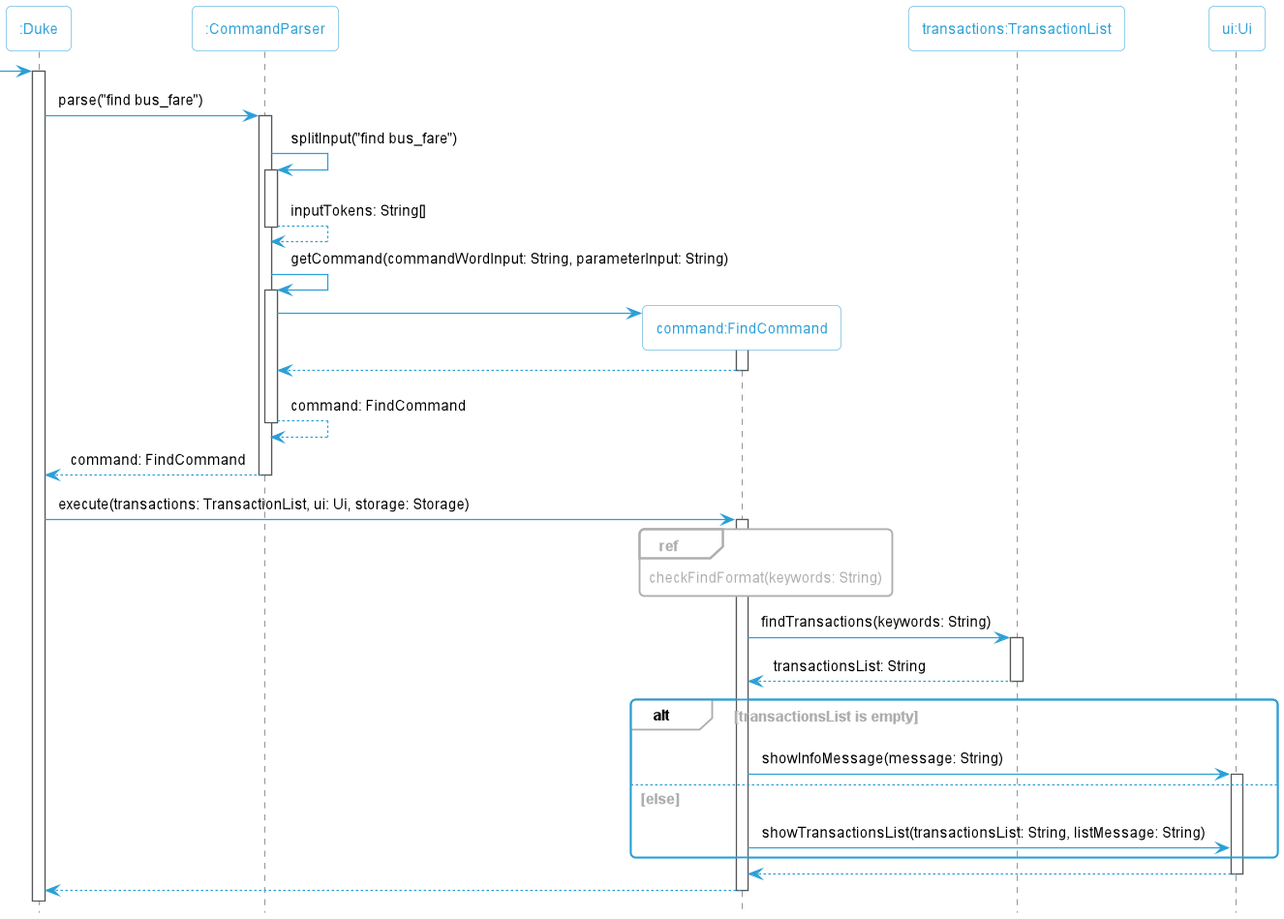
The PlantUML diagram docs/images/FindCommandSequenceDiagram.png in nus-cs2113-AY2223S1/tp, before a commit. The source it was exported from:
```plantuml
@startuml
!include Style.puml
hide footbox

Participant ":Duke" as Duke
Participant ":CommandParser" as CommandParser
Participant "command:FindCommand" as FindCommand
Participant "transactions:TransactionList" as Transactions
Participant "ui:Ui" as Ui

-> Duke
activate Duke

Duke -> CommandParser:parse("find bus_fare")
activate CommandParser

CommandParser -> CommandParser:splitInput("find bus_fare")
activate CommandParser
return inputTokens: String[]

CommandParser -> CommandParser:getCommand(commandWordInput: String, parameterInput: String)
activate CommandParser

create FindCommand
CommandParser -> FindCommand
activate FindCommand
return

return command: FindCommand

return command: FindCommand
deactivate CommandParser

Duke -> FindCommand:execute(transactions: TransactionList, ui: Ui, storage: Storage)
activate FindCommand

ref over FindCommand
    checkFindFormat(keywords: String)
end ref

FindCommand -> Transactions:findTransactions(keywords: String)
activate Transactions
return transactionsList: String

alt transactionsList is empty
    FindCommand -> Ui:showInfoMessage(message: String)
    activate Ui
else else
    FindCommand -> Ui:showTransactionsList(transactionsList: String, listMessage: String)
end

return

return
@enduml
```
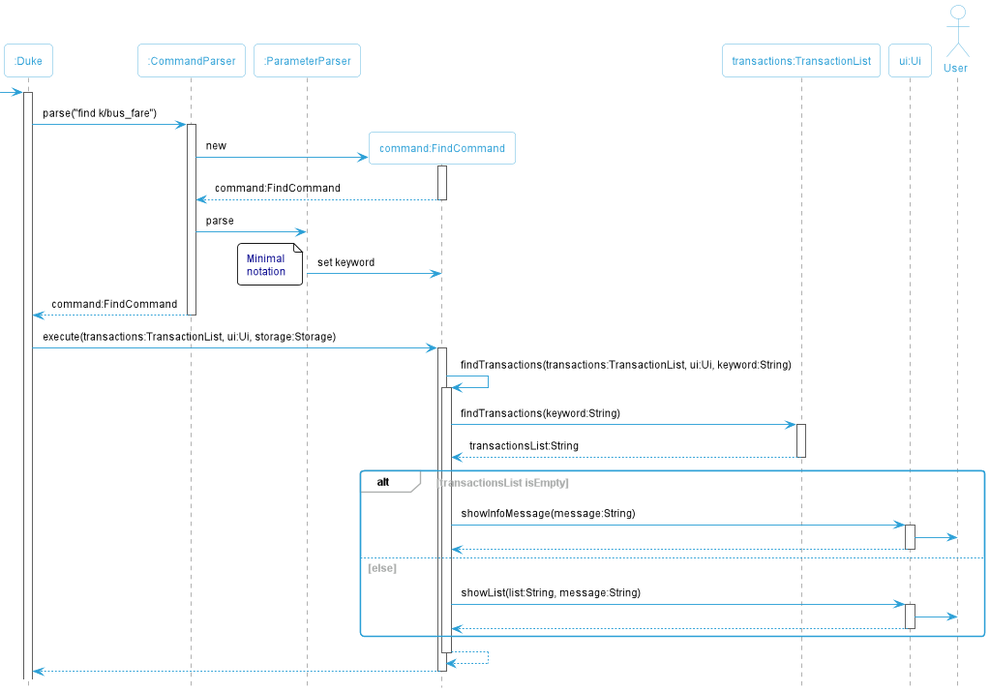
Later version of the same file.

Commit message:
Update user guide and developer guide for updates on Find and List

The edit, as a diff of the source:
```diff
@@ -1,55 +1,47 @@
 @startuml
 !include Style.puml
-hide footbox
 
-Participant ":Duke" as Duke
-Participant ":CommandParser" as CommandParser
-Participant "command:FindCommand" as FindCommand
-Participant "transactions:TransactionList" as Transactions
-Participant "ui:Ui" as Ui
+Participant ":Duke" as duke
+Participant ":CommandParser" as commandParser
+Participant ":ParameterParser" as parameterParser
+Participant "command:FindCommand" as command
+Participant "transactions:TransactionList" as transactions
+Participant "ui:Ui" as ui
+actor User
 
--> Duke
-activate Duke
+-> duke
+activate duke
+duke -> commandParser:parse("find k/bus_fare")
+    activate commandParser
+    create command
+    commandParser -> command:new
+        activate command
+    return command:FindCommand
+    commandParser -> parameterParser:parse
+        parameterParser -> command:set keyword
+        note left: Minimal\nnotation
+    return command:FindCommand
 
-Duke -> CommandParser:parse("find bus_fare")
-activate CommandParser
+duke -> command:execute(transactions:TransactionList, ui:Ui, storage:Storage)
+    activate command
+    command -> command: findTransactions(transactions:TransactionList, ui:Ui, keyword:String)
+        activate command
+        command -> transactions:findTransactions(keyword:String)
+        activate transactions
+        return transactionsList:String
+        alt transactionsList isEmpty
+            command -> ui:showInfoMessage(message:String)
+            activate ui
+                ui -> User
+            return
+        else else
+            command -> ui:showList(list:String, message:String)
+            activate ui
+                ui -> User
+            return
+        end
+    return
 
-CommandParser -> CommandParser:splitInput("find bus_fare")
-activate CommandParser
-return inputTokens: String[]
-
-CommandParser -> CommandParser:getCommand(commandWordInput: String, parameterInput: String)
-activate CommandParser
-
-create FindCommand
-CommandParser -> FindCommand
-activate FindCommand
-return
-
-return command: FindCommand
-
-return command: FindCommand
-deactivate CommandParser
-
-Duke -> FindCommand:execute(transactions: TransactionList, ui: Ui, storage: Storage)
-activate FindCommand
-
-ref over FindCommand
-    checkFindFormat(keywords: String)
-end ref
-
-FindCommand -> Transactions:findTransactions(keywords: String)
-activate Transactions
-return transactionsList: String
-
-alt transactionsList is empty
-    FindCommand -> Ui:showInfoMessage(message: String)
-    activate Ui
-else else
-    FindCommand -> Ui:showTransactionsList(transactionsList: String, listMessage: String)
-end
-
-return
 
 return
 @enduml
```
